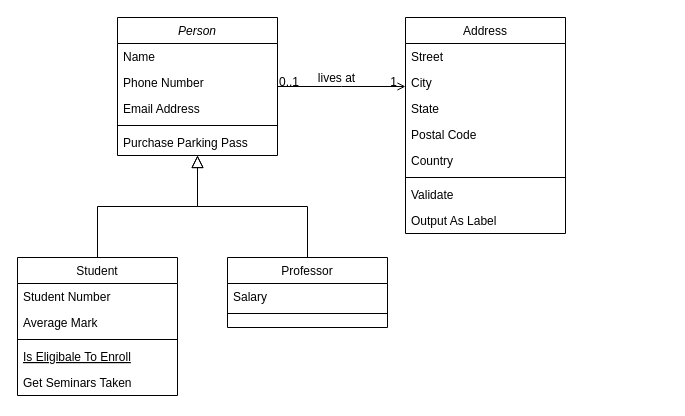
The draw.io diagram CompositePattern.drawio in mikeharris-github/SE450-JPaint, before the edit. Source tidied: cells renumbered, new cells numbered last; positions are measured from the earlier drawing's top-left corner, leaving out a move shared by most shapes. Both pictures are drawn from the tidied source at 100%, with x=0, y=0 at pixel (17, 17).
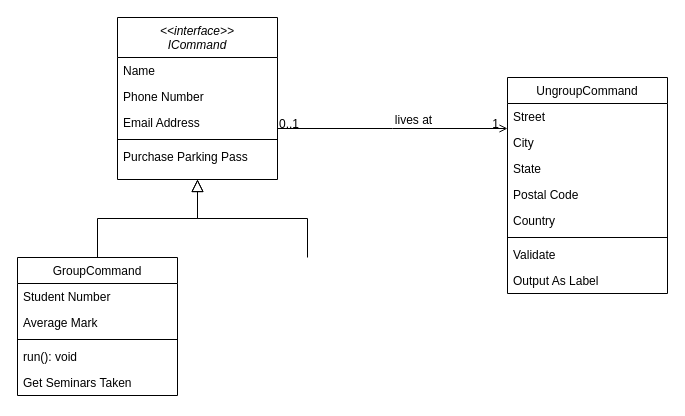
Above is the later version.

The edit, as a diff of the source:
```diff
@@
-    <mxCell id="2" value="Person" style="swimlane;fontStyle=2;align=center;verticalAlign=top;horizontal=1;startSize=26;rounded=0;shadow=0;strokeWidth=1;" parent="1" vertex="1">
-      <mxGeometry x="100" width="160" height="138" as="geometry" />
+    <mxCell id="2" value="&lt;&lt;interface&gt;&gt;&#10;ICommand" style="swimlane;fontStyle=2;align=center;verticalAlign=top;horizontal=1;startSize=40;rounded=0;shadow=0;strokeWidth=1;" parent="1" vertex="1">
+      <mxGeometry x="100" width="160" height="162" as="geometry" />
     </mxCell>
     <mxCell id="3" value="Name" style="text;align=left;verticalAlign=top;spacingLeft=4;spacingRight=4;overflow=hidden;" parent="2" vertex="1">
-      <mxGeometry y="26" width="160" height="26" as="geometry" />
+      <mxGeometry y="40" width="160" height="26" as="geometry" />
     </mxCell>
     <mxCell id="4" value="Phone Number" style="text;align=left;verticalAlign=top;spacingLeft=4;spacingRight=4;overflow=hidden;rounded=0;shadow=0;html=0;" parent="2" vertex="1">
-      <mxGeometry y="52" width="160" height="26" as="geometry" />
+      <mxGeometry y="66" width="160" height="26" as="geometry" />
     </mxCell>
     <mxCell id="5" value="Email Address" style="text;align=left;verticalAlign=top;spacingLeft=4;spacingRight=4;overflow=hidden;rounded=0;shadow=0;html=0;" parent="2" vertex="1">
-      <mxGeometry y="78" width="160" height="26" as="geometry" />
+      <mxGeometry y="92" width="160" height="26" as="geometry" />
     </mxCell>
     <mxCell id="6" style="line;html=1;strokeWidth=1;align=left;verticalAlign=middle;spacingTop=-1;spacingLeft=3;spacingRight=3;labelPosition=right;" parent="2" vertex="1">
-      <mxGeometry y="104" width="160" height="8" as="geometry" />
+      <mxGeometry y="118" width="160" height="8" as="geometry" />
     </mxCell>
     <mxCell id="7" value="Purchase Parking Pass" style="text;align=left;verticalAlign=top;spacingLeft=4;spacingRight=4;overflow=hidden;" parent="2" vertex="1">
-      <mxGeometry y="112" width="160" height="26" as="geometry" />
+      <mxGeometry y="126" width="160" height="26" as="geometry" />
     </mxCell>
-    <mxCell id="8" value="Student" style="swimlane;fontStyle=0;align=center;verticalAlign=top;horizontal=1;startSize=26;rounded=0;shadow=0;strokeWidth=1;" parent="1" vertex="1">
+    <mxCell id="8" value="GroupCommand" style="swimlane;fontStyle=0;align=center;verticalAlign=top;horizontal=1;startSize=26;rounded=0;shadow=0;strokeWidth=1;" parent="1" vertex="1">
       <mxGeometry y="240" width="160" height="138" as="geometry" />
     </mxCell>
@@
-    <mxCell id="12" value="Is Eligibale To Enroll" style="text;align=left;verticalAlign=top;spacingLeft=4;spacingRight=4;overflow=hidden;fontStyle=4;" parent="8" vertex="1">
+    <mxCell id="12" value="run(): void" style="text;align=left;verticalAlign=top;spacingLeft=4;spacingRight=4;overflow=hidden;fontStyle=0;" parent="8" vertex="1">
       <mxGeometry y="86" width="160" height="26" as="geometry" />
     </mxCell>
@@
-    <mxCell id="15" value="Professor" style="swimlane;fontStyle=0;align=center;verticalAlign=top;horizontal=1;startSize=26;rounded=0;shadow=0;strokeWidth=1;" parent="1" vertex="1">
-      <mxGeometry x="210" y="240" width="160" height="70" as="geometry" />
-    </mxCell>
-    <mxCell id="16" value="Salary" style="text;align=left;verticalAlign=top;spacingLeft=4;spacingRight=4;overflow=hidden;" parent="15" vertex="1">
-      <mxGeometry y="26" width="160" height="26" as="geometry" />
-    </mxCell>
-    <mxCell id="17" style="line;html=1;strokeWidth=1;align=left;verticalAlign=middle;spacingTop=-1;spacingLeft=3;spacingRight=3;labelPosition=right;" parent="15" vertex="1">
-      <mxGeometry y="52" width="160" height="8" as="geometry" />
-    </mxCell>
-    <mxCell id="18" style="endArrow=block;endSize=10;endFill=0;shadow=0;strokeWidth=1;rounded=0;edgeStyle=elbowEdgeStyle;elbow=vertical;" parent="1" edge="1" source="15" target="2">
-      <mxGeometry relative="1" as="geometry" />
+    <mxCell id="18" style="endArrow=block;endSize=10;endFill=0;shadow=0;strokeWidth=1;rounded=0;edgeStyle=elbowEdgeStyle;elbow=vertical;" parent="1" edge="1" target="2">
+      <mxGeometry relative="1" as="geometry">
+        <mxPoint x="290" y="240" as="sourcePoint" />
+      </mxGeometry>
     </mxCell>
+    <mxCell id="28" style="endArrow=open;shadow=0;strokeWidth=1;rounded=0;endFill=1;edgeStyle=elbowEdgeStyle;elbow=vertical;" parent="1" edge="1" source="2" target="19">
+      <mxGeometry x="0.5" y="41" relative="1" as="geometry">
+        <mxPoint x="-40" y="32" as="offset" />
+      </mxGeometry>
+    </mxCell>
+    <mxCell id="29" value="0..1" style="align=left;verticalAlign=bottom;labelBackgroundColor=none;fontSize=12;" parent="28" vertex="1">
+      <mxGeometry x="-1" relative="1" as="geometry">
+        <mxPoint y="4" as="offset" />
+      </mxGeometry>
+    </mxCell>
+    <mxCell id="30" value="1" style="align=right;verticalAlign=bottom;labelBackgroundColor=none;fontSize=12;" parent="28" vertex="1">
+      <mxGeometry x="1" relative="1" as="geometry">
+        <mxPoint x="-7" y="4" as="offset" />
+      </mxGeometry>
+    </mxCell>
+    <mxCell id="31" value="lives at" style="text;html=1;align=center;verticalAlign=middle;labelBackgroundColor=none;rounded=0;shadow=0;strokeWidth=1;fontSize=12;" parent="28" vertex="1">
+      <mxGeometry x="0.5" y="49" relative="1" as="geometry">
+        <mxPoint x="-38" y="40" as="offset" />
+      </mxGeometry>
+    </mxCell>
-    <mxCell id="19" value="Address" style="swimlane;fontStyle=0;align=center;verticalAlign=top;horizontal=1;startSize=26;rounded=0;shadow=0;strokeWidth=1;" parent="1" vertex="1">
-      <mxGeometry x="388" width="160" height="216" as="geometry" />
+    <mxCell id="19" value="UngroupCommand" style="swimlane;fontStyle=0;align=center;verticalAlign=top;horizontal=1;startSize=26;rounded=0;shadow=0;strokeWidth=1;" parent="1" vertex="1">
+      <mxGeometry x="490" y="60" width="160" height="216" as="geometry" />
     </mxCell>
@@
-    <mxCell id="28" style="endArrow=open;shadow=0;strokeWidth=1;rounded=0;endFill=1;edgeStyle=elbowEdgeStyle;elbow=vertical;" parent="1" edge="1" source="2" target="19">
-      <mxGeometry x="0.5" y="41" relative="1" as="geometry">
-        <mxPoint x="-40" y="32" as="offset" />
-      </mxGeometry>
-    </mxCell>
-    <mxCell id="29" value="0..1" style="align=left;verticalAlign=bottom;labelBackgroundColor=none;fontSize=12;" parent="28" vertex="1">
-      <mxGeometry x="-1" relative="1" as="geometry">
-        <mxPoint y="4" as="offset" />
-      </mxGeometry>
-    </mxCell>
-    <mxCell id="30" value="1" style="align=right;verticalAlign=bottom;labelBackgroundColor=none;fontSize=12;" parent="28" vertex="1">
-      <mxGeometry x="1" relative="1" as="geometry">
-        <mxPoint x="-7" y="4" as="offset" />
-      </mxGeometry>
-    </mxCell>
-    <mxCell id="31" value="lives at" style="text;html=1;align=center;verticalAlign=middle;labelBackgroundColor=none;rounded=0;shadow=0;strokeWidth=1;fontSize=12;" parent="28" vertex="1">
-      <mxGeometry x="0.5" y="49" relative="1" as="geometry">
-        <mxPoint x="-38" y="40" as="offset" />
-      </mxGeometry>
-    </mxCell>
```
